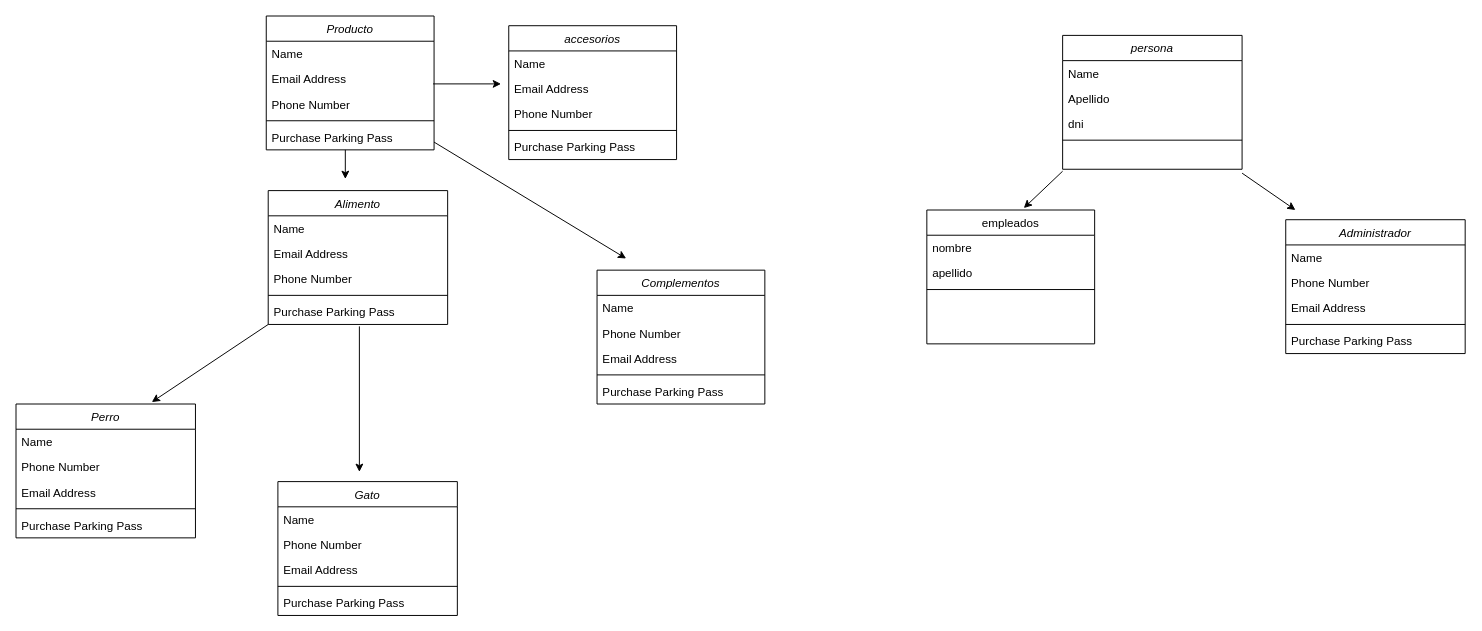
nicolascaliari/c-sharp keeps this draw.io diagram as Diagrama sin título.drawio. Above is the earlier version. Source tidied: cells renumbered, new cells numbered last; positions are measured from the earlier drawing's top-left corner, leaving out a move shared by most shapes. Both pictures are drawn from the tidied source at 97%, with x=0, y=0 at pixel (16, 16).
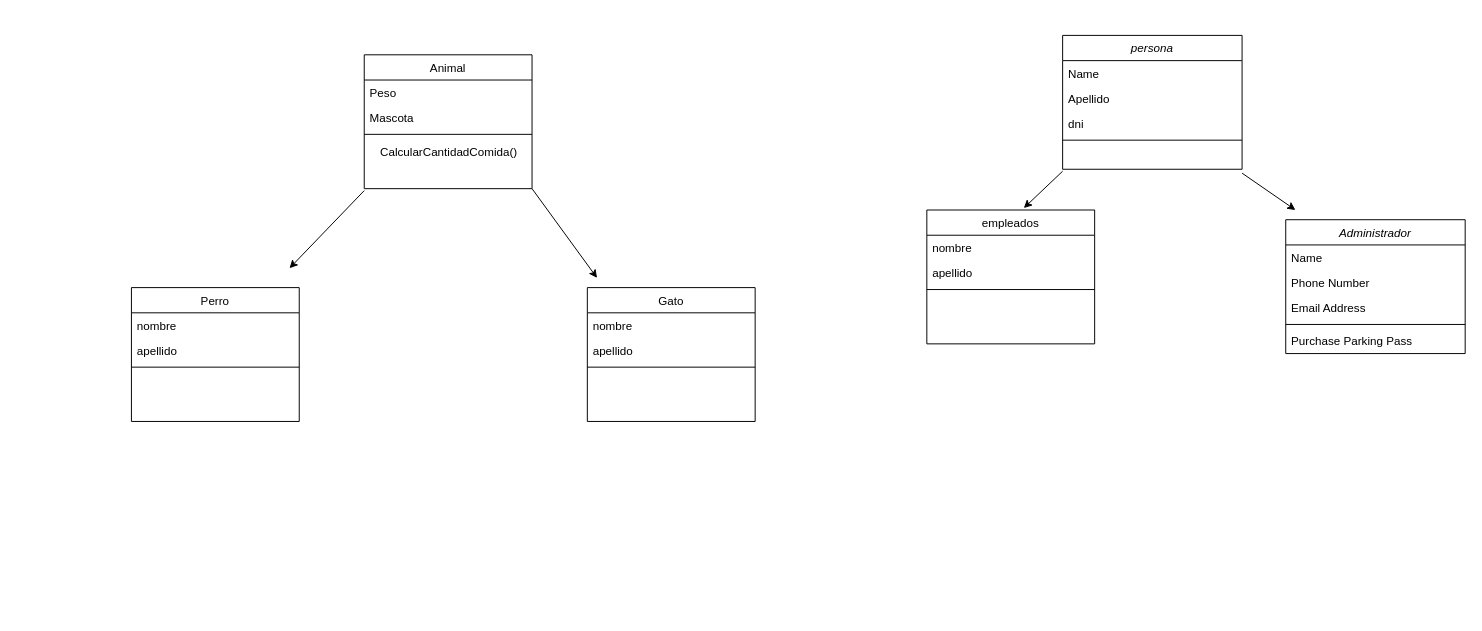
The same page after the edit.

Diff of the diagram source:
```diff
@@
-    <mxCell id="11" value="Alimento&#10;" style="swimlane;fontStyle=2;align=center;verticalAlign=top;horizontal=1;startSize=26;rounded=0;shadow=0;strokeWidth=1;" parent="1" vertex="1">
-      <mxGeometry x="260" y="180" width="185" height="138" as="geometry" />
-    </mxCell>
-    <mxCell id="12" value="Name" style="text;align=left;verticalAlign=top;spacingLeft=4;spacingRight=4;overflow=hidden;" parent="11" vertex="1">
-      <mxGeometry y="26" width="185" height="26" as="geometry" />
-    </mxCell>
-    <mxCell id="13" value="Email Address" style="text;align=left;verticalAlign=top;spacingLeft=4;spacingRight=4;overflow=hidden;rounded=0;shadow=0;html=0;" parent="11" vertex="1">
-      <mxGeometry y="52" width="185" height="26" as="geometry" />
-    </mxCell>
-    <mxCell id="14" value="Phone Number" style="text;align=left;verticalAlign=top;spacingLeft=4;spacingRight=4;overflow=hidden;rounded=0;shadow=0;html=0;" parent="11" vertex="1">
-      <mxGeometry y="78" width="185" height="26" as="geometry" />
-    </mxCell>
-    <mxCell id="15" style="line;html=1;strokeWidth=1;align=left;verticalAlign=middle;spacingTop=-1;spacingLeft=3;spacingRight=3;labelPosition=right;" parent="11" vertex="1">
-      <mxGeometry y="104" width="185" height="8" as="geometry" />
-    </mxCell>
-    <mxCell id="16" value="Purchase Parking Pass" style="text;align=left;verticalAlign=top;spacingLeft=4;spacingRight=4;overflow=hidden;" parent="11" vertex="1">
-      <mxGeometry y="112" width="185" height="26" as="geometry" />
-    </mxCell>
-    <mxCell id="17" style="endArrow=classic;html=1;rounded=0;" parent="1" edge="1">
-      <mxGeometry relative="1" as="geometry">
-        <mxPoint x="431" y="130" as="sourcePoint" />
-        <mxPoint x="629" y="250" as="targetPoint" />
-      </mxGeometry>
-    </mxCell>
-    <mxCell id="18" value="Perro" style="swimlane;fontStyle=2;align=center;verticalAlign=top;horizontal=1;startSize=26;rounded=0;shadow=0;strokeWidth=1;" parent="1" vertex="1">
-      <mxGeometry y="400" width="185" height="138" as="geometry" />
-    </mxCell>
-    <mxCell id="19" value="Name" style="text;align=left;verticalAlign=top;spacingLeft=4;spacingRight=4;overflow=hidden;" parent="18" vertex="1">
-      <mxGeometry y="26" width="185" height="26" as="geometry" />
-    </mxCell>
-    <mxCell id="20" value="Phone Number" style="text;align=left;verticalAlign=top;spacingLeft=4;spacingRight=4;overflow=hidden;rounded=0;shadow=0;html=0;" parent="18" vertex="1">
-      <mxGeometry y="52" width="185" height="26" as="geometry" />
-    </mxCell>
-    <mxCell id="21" value="Email Address" style="text;align=left;verticalAlign=top;spacingLeft=4;spacingRight=4;overflow=hidden;rounded=0;shadow=0;html=0;" parent="18" vertex="1">
-      <mxGeometry y="78" width="185" height="26" as="geometry" />
-    </mxCell>
-    <mxCell id="22" style="line;html=1;strokeWidth=1;align=left;verticalAlign=middle;spacingTop=-1;spacingLeft=3;spacingRight=3;labelPosition=right;" parent="18" vertex="1">
-      <mxGeometry y="104" width="185" height="8" as="geometry" />
-    </mxCell>
-    <mxCell id="23" value="Purchase Parking Pass" style="text;align=left;verticalAlign=top;spacingLeft=4;spacingRight=4;overflow=hidden;" parent="18" vertex="1">
-      <mxGeometry y="112" width="185" height="26" as="geometry" />
-    </mxCell>
-    <mxCell id="24" value="Complementos" style="swimlane;fontStyle=2;align=center;verticalAlign=top;horizontal=1;startSize=26;rounded=0;shadow=0;strokeWidth=1;" parent="1" vertex="1">
-      <mxGeometry x="599" y="262" width="173" height="138" as="geometry" />
-    </mxCell>
-    <mxCell id="25" value="Name" style="text;align=left;verticalAlign=top;spacingLeft=4;spacingRight=4;overflow=hidden;" parent="24" vertex="1">
-      <mxGeometry y="26" width="173" height="26" as="geometry" />
-    </mxCell>
-    <mxCell id="26" value="Phone Number" style="text;align=left;verticalAlign=top;spacingLeft=4;spacingRight=4;overflow=hidden;rounded=0;shadow=0;html=0;" parent="24" vertex="1">
-      <mxGeometry y="52" width="173" height="26" as="geometry" />
-    </mxCell>
-    <mxCell id="27" value="Email Address" style="text;align=left;verticalAlign=top;spacingLeft=4;spacingRight=4;overflow=hidden;rounded=0;shadow=0;html=0;" parent="24" vertex="1">
-      <mxGeometry y="78" width="173" height="26" as="geometry" />
-    </mxCell>
-    <mxCell id="28" style="line;html=1;strokeWidth=1;align=left;verticalAlign=middle;spacingTop=-1;spacingLeft=3;spacingRight=3;labelPosition=right;" parent="24" vertex="1">
-      <mxGeometry y="104" width="173" height="8" as="geometry" />
-    </mxCell>
-    <mxCell id="29" value="Purchase Parking Pass" style="text;align=left;verticalAlign=top;spacingLeft=4;spacingRight=4;overflow=hidden;" parent="24" vertex="1">
-      <mxGeometry y="112" width="173" height="26" as="geometry" />
-    </mxCell>
-    <mxCell id="30" style="endArrow=classic;html=1;rounded=0;" parent="1" edge="1">
-      <mxGeometry relative="1" as="geometry">
-        <mxPoint x="354" y="320" as="sourcePoint" />
-        <mxPoint x="354" y="470" as="targetPoint" />
-      </mxGeometry>
-    </mxCell>
-    <mxCell id="31" style="endArrow=classic;html=1;rounded=0;" parent="1" edge="1">
-      <mxGeometry relative="1" as="geometry">
-        <mxPoint x="260" y="318" as="sourcePoint" />
-        <mxPoint x="140" y="398" as="targetPoint" />
-      </mxGeometry>
-    </mxCell>
-    <mxCell id="32" value="Gato" style="swimlane;fontStyle=2;align=center;verticalAlign=top;horizontal=1;startSize=26;rounded=0;shadow=0;strokeWidth=1;" parent="1" vertex="1">
-      <mxGeometry x="270" y="480" width="185" height="138" as="geometry" />
-    </mxCell>
-    <mxCell id="33" value="Name" style="text;align=left;verticalAlign=top;spacingLeft=4;spacingRight=4;overflow=hidden;" parent="32" vertex="1">
-      <mxGeometry y="26" width="185" height="26" as="geometry" />
-    </mxCell>
-    <mxCell id="34" value="Phone Number" style="text;align=left;verticalAlign=top;spacingLeft=4;spacingRight=4;overflow=hidden;rounded=0;shadow=0;html=0;" parent="32" vertex="1">
-      <mxGeometry y="52" width="185" height="26" as="geometry" />
-    </mxCell>
-    <mxCell id="35" value="Email Address" style="text;align=left;verticalAlign=top;spacingLeft=4;spacingRight=4;overflow=hidden;rounded=0;shadow=0;html=0;" parent="32" vertex="1">
-      <mxGeometry y="78" width="185" height="26" as="geometry" />
-    </mxCell>
-    <mxCell id="36" style="line;html=1;strokeWidth=1;align=left;verticalAlign=middle;spacingTop=-1;spacingLeft=3;spacingRight=3;labelPosition=right;" parent="32" vertex="1">
-      <mxGeometry y="104" width="185" height="8" as="geometry" />
-    </mxCell>
-    <mxCell id="37" value="Purchase Parking Pass" style="text;align=left;verticalAlign=top;spacingLeft=4;spacingRight=4;overflow=hidden;" parent="32" vertex="1">
-      <mxGeometry y="112" width="185" height="26" as="geometry" />
-    </mxCell>
-    <mxCell id="38" value="Producto&#10;" style="swimlane;fontStyle=2;align=center;verticalAlign=top;horizontal=1;startSize=26;rounded=0;shadow=0;strokeWidth=1;" parent="1" vertex="1">
-      <mxGeometry x="258" width="173" height="138" as="geometry" />
-    </mxCell>
-    <mxCell id="39" value="Name" style="text;align=left;verticalAlign=top;spacingLeft=4;spacingRight=4;overflow=hidden;" parent="38" vertex="1">
-      <mxGeometry y="26" width="173" height="26" as="geometry" />
-    </mxCell>
-    <mxCell id="40" value="Email Address" style="text;align=left;verticalAlign=top;spacingLeft=4;spacingRight=4;overflow=hidden;rounded=0;shadow=0;html=0;" parent="38" vertex="1">
-      <mxGeometry y="52" width="173" height="26" as="geometry" />
-    </mxCell>
-    <mxCell id="41" value="Phone Number" style="text;align=left;verticalAlign=top;spacingLeft=4;spacingRight=4;overflow=hidden;rounded=0;shadow=0;html=0;" parent="38" vertex="1">
-      <mxGeometry y="78" width="173" height="26" as="geometry" />
-    </mxCell>
-    <mxCell id="42" style="line;html=1;strokeWidth=1;align=left;verticalAlign=middle;spacingTop=-1;spacingLeft=3;spacingRight=3;labelPosition=right;" parent="38" vertex="1">
-      <mxGeometry y="104" width="173" height="8" as="geometry" />
-    </mxCell>
-    <mxCell id="43" value="Purchase Parking Pass" style="text;align=left;verticalAlign=top;spacingLeft=4;spacingRight=4;overflow=hidden;" parent="38" vertex="1">
-      <mxGeometry y="112" width="173" height="26" as="geometry" />
-    </mxCell>
-    <mxCell id="44" style="endArrow=classic;html=1;rounded=0;" parent="1" edge="1">
-      <mxGeometry relative="1" as="geometry">
-        <mxPoint x="339.5" y="138" as="sourcePoint" />
-        <mxPoint x="339.5" y="168" as="targetPoint" />
-        <Array as="points">
-          <mxPoint x="339.5" y="168" />
-        </Array>
-      </mxGeometry>
-    </mxCell>
-    <mxCell id="45" style="endArrow=classic;html=1;rounded=0;" parent="1" edge="1">
-      <mxGeometry relative="1" as="geometry">
-        <mxPoint x="430" y="70" as="sourcePoint" />
-        <mxPoint x="500" y="70" as="targetPoint" />
-      </mxGeometry>
-    </mxCell>
-    <mxCell id="46" value="accesorios" style="swimlane;fontStyle=2;align=center;verticalAlign=top;horizontal=1;startSize=26;rounded=0;shadow=0;strokeWidth=1;" parent="1" vertex="1">
-      <mxGeometry x="508" y="10" width="173" height="138" as="geometry" />
-    </mxCell>
-    <mxCell id="47" value="Name" style="text;align=left;verticalAlign=top;spacingLeft=4;spacingRight=4;overflow=hidden;" parent="46" vertex="1">
-      <mxGeometry y="26" width="173" height="26" as="geometry" />
-    </mxCell>
-    <mxCell id="48" value="Email Address" style="text;align=left;verticalAlign=top;spacingLeft=4;spacingRight=4;overflow=hidden;rounded=0;shadow=0;html=0;" parent="46" vertex="1">
-      <mxGeometry y="52" width="173" height="26" as="geometry" />
-    </mxCell>
-    <mxCell id="49" value="Phone Number" style="text;align=left;verticalAlign=top;spacingLeft=4;spacingRight=4;overflow=hidden;rounded=0;shadow=0;html=0;" parent="46" vertex="1">
-      <mxGeometry y="78" width="173" height="26" as="geometry" />
-    </mxCell>
-    <mxCell id="50" style="line;html=1;strokeWidth=1;align=left;verticalAlign=middle;spacingTop=-1;spacingLeft=3;spacingRight=3;labelPosition=right;" parent="46" vertex="1">
-      <mxGeometry y="104" width="173" height="8" as="geometry" />
-    </mxCell>
-    <mxCell id="51" value="Purchase Parking Pass" style="text;align=left;verticalAlign=top;spacingLeft=4;spacingRight=4;overflow=hidden;" parent="46" vertex="1">
-      <mxGeometry y="112" width="173" height="26" as="geometry" />
-    </mxCell>
@@
+    <mxCell id="60" value="Animal" style="swimlane;fontStyle=0;align=center;verticalAlign=top;horizontal=1;startSize=26;rounded=0;shadow=0;strokeWidth=1;" parent="1" vertex="1">
+      <mxGeometry x="359" y="40" width="173" height="138" as="geometry" />
+    </mxCell>
+    <mxCell id="61" value="Peso" style="text;align=left;verticalAlign=top;spacingLeft=4;spacingRight=4;overflow=hidden;" parent="60" vertex="1">
+      <mxGeometry y="26" width="173" height="26" as="geometry" />
+    </mxCell>
+    <mxCell id="62" value="Mascota&#10;" style="text;align=left;verticalAlign=top;spacingLeft=4;spacingRight=4;overflow=hidden;rounded=0;shadow=0;html=0;" parent="60" vertex="1">
+      <mxGeometry y="52" width="173" height="26" as="geometry" />
+    </mxCell>
+    <mxCell id="63" style="line;html=1;strokeWidth=1;align=left;verticalAlign=middle;spacingTop=-1;spacingLeft=3;spacingRight=3;labelPosition=right;" parent="60" vertex="1">
+      <mxGeometry y="78" width="173" height="8" as="geometry" />
+    </mxCell>
+    <mxCell id="64" value="CalcularCantidadComida()" style="text;html=1;align=center;verticalAlign=middle;strokeColor=none;fillColor=none;" parent="60" vertex="1">
+      <mxGeometry y="86" width="173" height="30" as="geometry" />
+    </mxCell>
+    <mxCell id="32" value="Gato&#10;" style="swimlane;fontStyle=0;align=center;verticalAlign=top;horizontal=1;startSize=26;rounded=0;shadow=0;strokeWidth=1;" parent="1" vertex="1">
+      <mxGeometry x="589" y="280" width="173" height="138" as="geometry" />
+    </mxCell>
+    <mxCell id="65" value="nombre" style="text;align=left;verticalAlign=top;spacingLeft=4;spacingRight=4;overflow=hidden;" parent="32" vertex="1">
+      <mxGeometry y="26" width="173" height="26" as="geometry" />
+    </mxCell>
+    <mxCell id="66" value="apellido" style="text;align=left;verticalAlign=top;spacingLeft=4;spacingRight=4;overflow=hidden;rounded=0;shadow=0;html=0;" parent="32" vertex="1">
+      <mxGeometry y="52" width="173" height="26" as="geometry" />
+    </mxCell>
+    <mxCell id="67" style="line;html=1;strokeWidth=1;align=left;verticalAlign=middle;spacingTop=-1;spacingLeft=3;spacingRight=3;labelPosition=right;" parent="32" vertex="1">
+      <mxGeometry y="78" width="173" height="8" as="geometry" />
+    </mxCell>
+    <mxCell id="18" value="Perro&#10;" style="swimlane;fontStyle=0;align=center;verticalAlign=top;horizontal=1;startSize=26;rounded=0;shadow=0;strokeWidth=1;" parent="1" vertex="1">
+      <mxGeometry x="119" y="280" width="173" height="138" as="geometry" />
+    </mxCell>
+    <mxCell id="68" value="nombre" style="text;align=left;verticalAlign=top;spacingLeft=4;spacingRight=4;overflow=hidden;" parent="18" vertex="1">
+      <mxGeometry y="26" width="173" height="26" as="geometry" />
+    </mxCell>
+    <mxCell id="69" value="apellido" style="text;align=left;verticalAlign=top;spacingLeft=4;spacingRight=4;overflow=hidden;rounded=0;shadow=0;html=0;" parent="18" vertex="1">
+      <mxGeometry y="52" width="173" height="26" as="geometry" />
+    </mxCell>
+    <mxCell id="70" style="line;html=1;strokeWidth=1;align=left;verticalAlign=middle;spacingTop=-1;spacingLeft=3;spacingRight=3;labelPosition=right;" parent="18" vertex="1">
+      <mxGeometry y="78" width="173" height="8" as="geometry" />
+    </mxCell>
+    <mxCell id="71" style="endArrow=classic;html=1;rounded=0;" parent="1" edge="1">
+      <mxGeometry relative="1" as="geometry">
+        <mxPoint x="359" y="180" as="sourcePoint" />
+        <mxPoint x="282" y="260" as="targetPoint" />
+      </mxGeometry>
+    </mxCell>
+    <mxCell id="72" style="endArrow=classic;html=1;rounded=0;" parent="1" edge="1">
+      <mxGeometry relative="1" as="geometry">
+        <mxPoint x="532" y="178" as="sourcePoint" />
+        <mxPoint x="599" y="270" as="targetPoint" />
+      </mxGeometry>
+    </mxCell>
```
